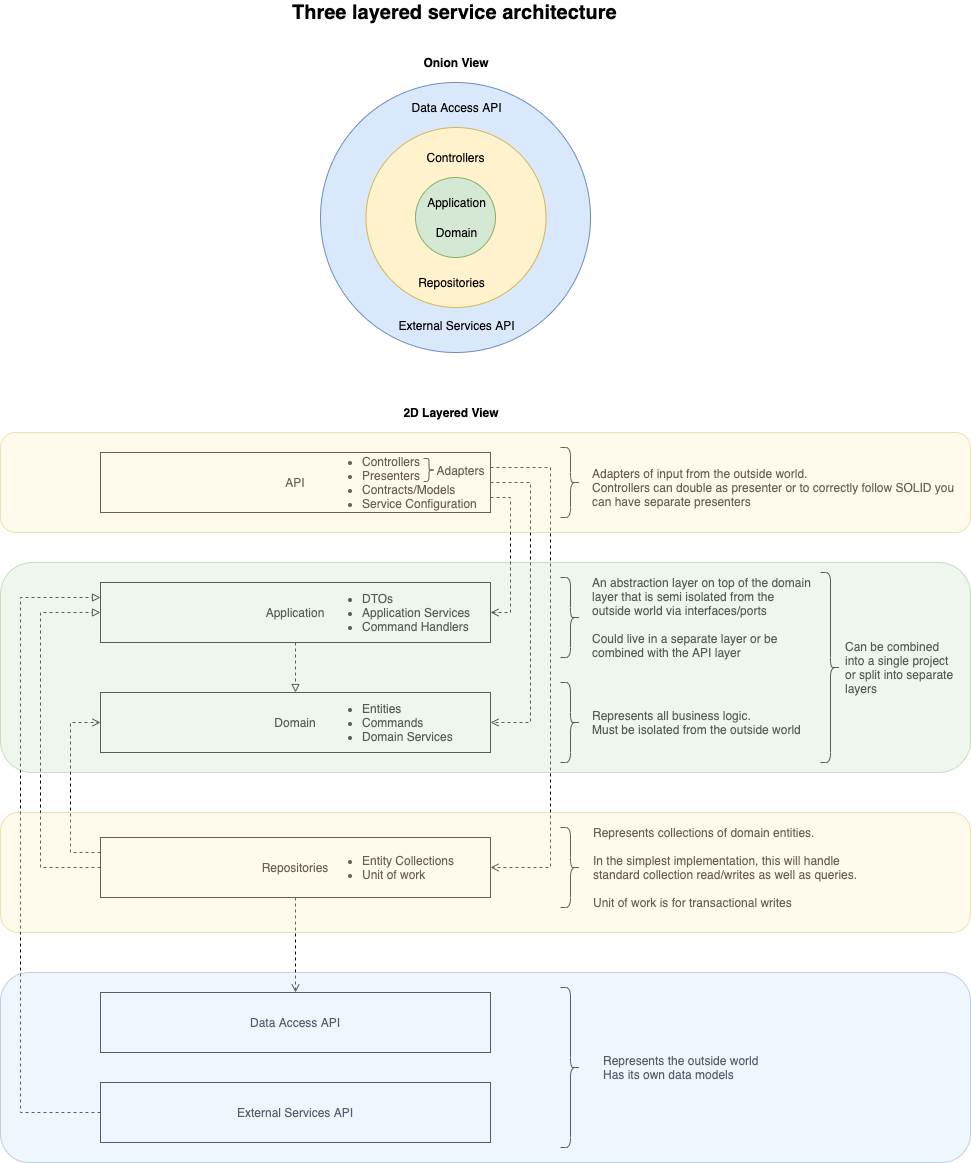
This is documentation/Three-layer-service-architecture.png from kerryconvery/game-stream-search-public, a draw.io export, as it was before one commit. Source tidied: cells renumbered, new cells last; positions are measured from the earlier drawing's top-left corner, leaving out a move shared by most shapes.
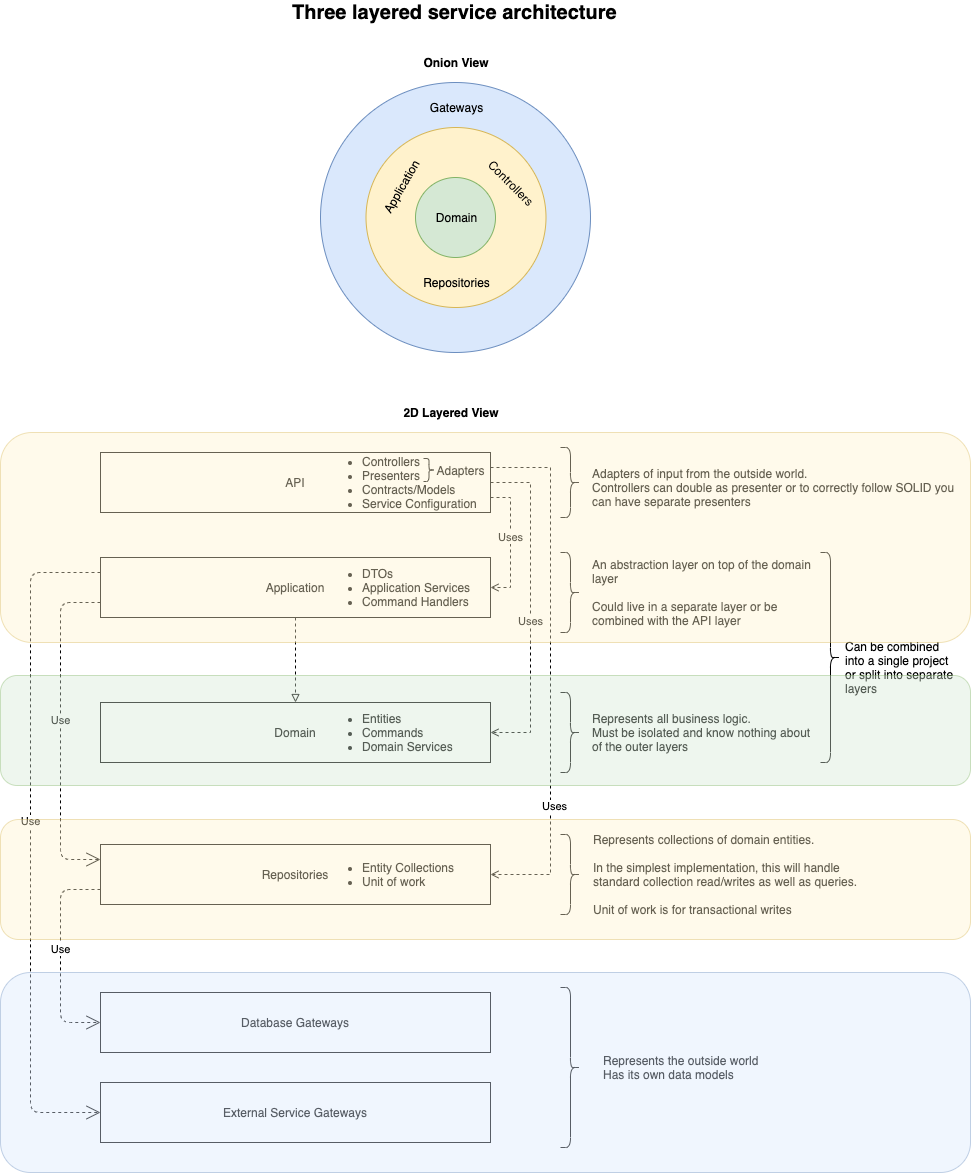
Later version of the same file.

Diff of the diagram source:
```diff
@@ -18,95 +18,89 @@
       <mxGeometry relative="1" as="geometry" />
     </mxCell>
     <mxCell id="7" value="Application" style="rounded=0;whiteSpace=wrap;html=1;" parent="1" vertex="1">
-      <mxGeometry x="100" y="580" width="390" height="60" as="geometry" />
+      <mxGeometry x="100" y="555" width="390" height="60" as="geometry" />
     </mxCell>
-    <mxCell id="8" style="edgeStyle=orthogonalEdgeStyle;rounded=0;jettySize=auto;html=1;entryX=0;entryY=0.5;entryDx=0;entryDy=0;dashed=1;endArrow=block;endFill=0;" parent="1" edge="1" source="11" target="7">
-      <mxGeometry relative="1" as="geometry">
-        <Array as="points">
-          <mxPoint x="40" y="865" />
-          <mxPoint x="40" y="610" />
-        </Array>
-      </mxGeometry>
-    </mxCell>
-    <mxCell id="9" style="edgeStyle=orthogonalEdgeStyle;rounded=0;jettySize=auto;html=1;entryX=0;entryY=0.5;entryDx=0;entryDy=0;exitX=0;exitY=0.25;exitDx=0;exitDy=0;dashed=1;endArrow=open;endFill=0;" parent="1" edge="1" source="11" target="18">
-      <mxGeometry relative="1" as="geometry">
-        <Array as="points">
-          <mxPoint x="70" y="850" />
-          <mxPoint x="70" y="720" />
-        </Array>
-      </mxGeometry>
-    </mxCell>
-    <mxCell id="10" style="edgeStyle=orthogonalEdgeStyle;rounded=0;jettySize=auto;html=1;exitX=0.5;exitY=1;exitDx=0;exitDy=0;fontSize=20;entryX=0.5;entryY=0;entryDx=0;entryDy=0;dashed=1;endArrow=open;endFill=0;" parent="1" edge="1" source="11" target="42">
-      <mxGeometry relative="1" as="geometry" />
-    </mxCell>
     <mxCell id="11" value="Repositories" style="rounded=0;whiteSpace=wrap;html=1;" parent="1" vertex="1">
-      <mxGeometry x="100" y="835" width="390" height="60" as="geometry" />
+      <mxGeometry x="100" y="842" width="390" height="60" as="geometry" />
     </mxCell>
     <mxCell id="12" value="&lt;ul&gt;&lt;li&gt;DTOs&lt;/li&gt;&lt;li&gt;Application Services&lt;/li&gt;&lt;li&gt;Command Handlers&lt;/li&gt;&lt;/ul&gt;" style="text;html=1;strokeColor=none;fillColor=none;align=left;verticalAlign=middle;whiteSpace=wrap;rounded=0;" parent="1" vertex="1">
-      <mxGeometry x="320" y="580" width="170" height="60" as="geometry" />
+      <mxGeometry x="320" y="555" width="170" height="60" as="geometry" />
     </mxCell>
     <mxCell id="13" style="edgeStyle=orthogonalEdgeStyle;rounded=0;jettySize=auto;html=1;exitX=1;exitY=0.75;exitDx=0;exitDy=0;entryX=1;entryY=0.5;entryDx=0;entryDy=0;dashed=1;endArrow=open;endFill=0;" parent="1" edge="1" source="16" target="12">
       <mxGeometry relative="1" as="geometry">
         <Array as="points">
           <mxPoint x="510" y="495" />
-          <mxPoint x="510" y="610" />
+          <mxPoint x="510" y="585" />
         </Array>
       </mxGeometry>
     </mxCell>
+    <mxCell id="50" value="Uses" style="edgeLabel;html=1;align=center;verticalAlign=middle;" parent="13" vertex="1">
+      <mxGeometry x="-0.1" y="-1" relative="1" as="geometry" />
+    </mxCell>
     <mxCell id="14" style="edgeStyle=orthogonalEdgeStyle;rounded=0;jettySize=auto;html=1;exitX=1;exitY=0.5;exitDx=0;exitDy=0;entryX=1;entryY=0.5;entryDx=0;entryDy=0;dashed=1;endArrow=open;endFill=0;" parent="1" edge="1" source="16" target="19">
       <mxGeometry relative="1" as="geometry">
         <Array as="points">
           <mxPoint x="530" y="480" />
-          <mxPoint x="530" y="720" />
+          <mxPoint x="530" y="730" />
         </Array>
       </mxGeometry>
     </mxCell>
+    <mxCell id="51" value="Uses" style="edgeLabel;html=1;align=center;verticalAlign=middle;" parent="14" vertex="1">
+      <mxGeometry x="-0.35" y="-1" relative="1" as="geometry">
+        <mxPoint y="71" as="offset" />
+      </mxGeometry>
+    </mxCell>
     <mxCell id="15" style="edgeStyle=orthogonalEdgeStyle;rounded=0;jettySize=auto;html=1;entryX=1;entryY=0.5;entryDx=0;entryDy=0;exitX=1;exitY=0.25;exitDx=0;exitDy=0;dashed=1;endArrow=open;endFill=0;" parent="1" edge="1" source="16" target="17">
       <mxGeometry relative="1" as="geometry">
         <Array as="points">
           <mxPoint x="550" y="465" />
-          <mxPoint x="550" y="865" />
+          <mxPoint x="550" y="872" />
         </Array>
       </mxGeometry>
     </mxCell>
+    <mxCell id="52" value="Uses" style="edgeLabel;html=1;align=center;verticalAlign=middle;" parent="15" vertex="1">
+      <mxGeometry x="0.47" y="3" relative="1" as="geometry">
+        <mxPoint y="10" as="offset" />
+      </mxGeometry>
+    </mxCell>
     <mxCell id="16" value="&lt;ul&gt;&lt;li&gt;Controllers&lt;/li&gt;&lt;li&gt;Presenters&lt;/li&gt;&lt;li&gt;Contracts/Models&lt;/li&gt;&lt;li&gt;Service Configuration&lt;/li&gt;&lt;/ul&gt;" style="text;html=1;strokeColor=none;fillColor=none;align=left;verticalAlign=middle;whiteSpace=wrap;rounded=0;" parent="1" vertex="1">
       <mxGeometry x="320" y="450" width="170" height="60" as="geometry" />
     </mxCell>
     <mxCell id="17" value="&lt;ul&gt;&lt;li&gt;Entity Collections&lt;/li&gt;&lt;li&gt;Unit of work&lt;/li&gt;&lt;/ul&gt;" style="text;html=1;strokeColor=none;fillColor=none;align=left;verticalAlign=middle;whiteSpace=wrap;rounded=0;" parent="1" vertex="1">
-      <mxGeometry x="320" y="835" width="170" height="60" as="geometry" />
+      <mxGeometry x="320" y="842" width="170" height="60" as="geometry" />
     </mxCell>
     <mxCell id="18" value="Domain" style="rounded=0;whiteSpace=wrap;html=1;" parent="1" vertex="1">
-      <mxGeometry x="100" y="690" width="390" height="60" as="geometry" />
+      <mxGeometry x="100" y="700" width="390" height="60" as="geometry" />
     </mxCell>
     <mxCell id="19" value="&lt;ul&gt;&lt;li&gt;Entities&lt;/li&gt;&lt;li&gt;Commands&lt;/li&gt;&lt;li&gt;Domain Services&lt;/li&gt;&lt;/ul&gt;" style="text;html=1;strokeColor=none;fillColor=none;align=left;verticalAlign=middle;whiteSpace=wrap;rounded=0;" parent="1" vertex="1">
-      <mxGeometry x="320" y="690" width="170" height="60" as="geometry" />
+      <mxGeometry x="320" y="700" width="170" height="60" as="geometry" />
     </mxCell>
     <mxCell id="20" value="Three layered service architecture" style="text;html=1;strokeColor=none;fillColor=none;align=left;verticalAlign=middle;whiteSpace=wrap;rounded=0;fontStyle=1;fontSize=20;" parent="1" vertex="1">
       <mxGeometry x="290" width="340" height="20" as="geometry" />
     </mxCell>
     <mxCell id="21" style="shape=curlyBracket;whiteSpace=wrap;html=1;rounded=1;align=left;rotation=-180;" parent="1" vertex="1">
-      <mxGeometry x="820" y="570" width="20" height="190" as="geometry" />
+      <mxGeometry x="820" y="550" width="20" height="210" as="geometry" />
     </mxCell>
     <mxCell id="22" value="Can be combined&lt;br&gt;into a single project&lt;br&gt;or split into separate&lt;br&gt;layers" style="text;html=1;align=left;verticalAlign=middle;fillColor=none;strokeColor=none;rounded=0;" parent="1" vertex="1">
       <mxGeometry x="843" y="635" width="120" height="60" as="geometry" />
     </mxCell>
     <mxCell id="23" style="shape=curlyBracket;whiteSpace=wrap;html=1;rounded=1;align=left;rotation=-180;" parent="1" vertex="1">
-      <mxGeometry x="560" y="680" width="20" height="80" as="geometry" />
+      <mxGeometry x="560" y="690" width="20" height="80" as="geometry" />
     </mxCell>
-    <mxCell id="24" value="Represents all business logic.&lt;br&gt;Must be isolated from the outside world" style="text;html=1;align=left;verticalAlign=middle;fillColor=none;strokeColor=none;rounded=0;" parent="1" vertex="1">
-      <mxGeometry x="590" y="705" width="220" height="30" as="geometry" />
+    <mxCell id="24" value="Represents all business logic.&lt;br&gt;Must be isolated and know nothing about&lt;br&gt;of the outer layers" style="text;html=1;align=left;verticalAlign=middle;fillColor=none;strokeColor=none;rounded=0;" parent="1" vertex="1">
+      <mxGeometry x="590" y="705" width="230" height="50" as="geometry" />
     </mxCell>
     <mxCell id="25" style="shape=curlyBracket;whiteSpace=wrap;html=1;rounded=1;align=left;rotation=-180;size=0.5;" parent="1" vertex="1">
-      <mxGeometry x="560" y="825" width="20" height="80" as="geometry" />
+      <mxGeometry x="560" y="832" width="20" height="80" as="geometry" />
     </mxCell>
     <mxCell id="26" value="Represents collections of domain entities.&lt;br&gt;&lt;br&gt;In the simplest implementation, this will handle&lt;br&gt;standard collection read/writes as well as queries.&lt;br&gt;&lt;br&gt;Unit of work is for transactional writes" style="text;html=1;align=left;verticalAlign=middle;fillColor=none;strokeColor=none;rounded=0;" parent="1" vertex="1">
-      <mxGeometry x="591" y="820" width="280" height="90" as="geometry" />
+      <mxGeometry x="591" y="827" width="280" height="90" as="geometry" />
     </mxCell>
     <mxCell id="27" style="shape=curlyBracket;whiteSpace=wrap;html=1;rounded=1;align=left;rotation=-180;" parent="1" vertex="1">
-      <mxGeometry x="560" y="575" width="20" height="80" as="geometry" />
+      <mxGeometry x="560" y="550" width="20" height="80" as="geometry" />
     </mxCell>
-    <mxCell id="28" value="An abstraction layer on top of the domain&lt;br&gt;layer that is semi isolated from the&lt;br&gt;outside world via interfaces/ports&lt;br&gt;&lt;br&gt;Could live in a separate layer or be&lt;br&gt;combined with the API layer" style="text;html=1;align=left;verticalAlign=middle;fillColor=none;strokeColor=none;rounded=0;" parent="1" vertex="1">
-      <mxGeometry x="590" y="570" width="230" height="90" as="geometry" />
+    <mxCell id="28" value="An abstraction layer on top of the domain&lt;br&gt;layer&lt;br&gt;&lt;br&gt;Could live in a separate layer or be&lt;br&gt;combined with the API layer" style="text;html=1;align=left;verticalAlign=middle;fillColor=none;strokeColor=none;rounded=0;" parent="1" vertex="1">
+      <mxGeometry x="590" y="550" width="230" height="80" as="geometry" />
     </mxCell>
     <mxCell id="29" style="shape=curlyBracket;whiteSpace=wrap;html=1;rounded=1;align=left;rotation=-180;" parent="1" vertex="1">
       <mxGeometry x="560" y="445" width="20" height="70" as="geometry" />
@@ -123,58 +117,72 @@
     <mxCell id="33" style="ellipse;whiteSpace=wrap;html=1;glass=0;align=center;fillColor=#d5e8d4;strokeColor=#82b366;" parent="1" vertex="1">
       <mxGeometry x="415" y="175" width="80" height="80" as="geometry" />
     </mxCell>
-    <mxCell id="34" value="Application" style="text;html=1;align=center;verticalAlign=middle;fillColor=none;strokeColor=none;rounded=0;glass=0;opacity=50;" parent="1" vertex="1">
-      <mxGeometry x="420.5" y="190" width="70" height="20" as="geometry" />
+    <mxCell id="34" value="Application" style="text;html=1;align=center;verticalAlign=middle;fillColor=none;strokeColor=none;rounded=0;glass=0;opacity=50;rotation=-60;" parent="1" vertex="1">
+      <mxGeometry x="365.5" y="175" width="70" height="20" as="geometry" />
     </mxCell>
-    <mxCell id="35" value="Controllers" style="text;html=1;align=center;verticalAlign=middle;fillColor=none;strokeColor=none;rounded=0;glass=0;opacity=50;" parent="1" vertex="1">
-      <mxGeometry x="420" y="145" width="70" height="20" as="geometry" />
+    <mxCell id="35" value="Controllers" style="text;html=1;align=center;verticalAlign=middle;fillColor=none;strokeColor=none;rounded=0;glass=0;opacity=50;rotation=45;" parent="1" vertex="1">
+      <mxGeometry x="475.5" y="170" width="70" height="20" as="geometry" />
     </mxCell>
     <mxCell id="36" value="Repositories" style="text;html=1;align=center;verticalAlign=middle;fillColor=none;strokeColor=none;rounded=0;glass=0;opacity=50;" parent="1" vertex="1">
-      <mxGeometry x="410.5" y="270" width="80" height="20" as="geometry" />
+      <mxGeometry x="415.5" y="270" width="80" height="20" as="geometry" />
     </mxCell>
-    <mxCell id="37" value="Data Access API" style="text;html=1;align=center;verticalAlign=middle;fillColor=none;strokeColor=none;rounded=0;glass=0;opacity=50;" parent="1" vertex="1">
-      <mxGeometry x="405.5" y="95" width="100" height="20" as="geometry" />
+    <mxCell id="37" value="Gateways" style="text;html=1;align=center;verticalAlign=middle;fillColor=none;strokeColor=none;rounded=0;glass=0;opacity=50;" parent="1" vertex="1">
+      <mxGeometry x="420.5" y="95" width="70" height="20" as="geometry" />
     </mxCell>
     <mxCell id="38" value="Domain" style="text;html=1;align=center;verticalAlign=middle;fillColor=none;strokeColor=none;rounded=0;glass=0;opacity=50;" parent="1" vertex="1">
-      <mxGeometry x="425.5" y="220" width="60" height="20" as="geometry" />
+      <mxGeometry x="425.5" y="205" width="60" height="20" as="geometry" />
     </mxCell>
-    <mxCell id="39" value="External Services API" style="text;html=1;align=center;verticalAlign=middle;fillColor=none;strokeColor=none;rounded=0;glass=0;opacity=50;" parent="1" vertex="1">
-      <mxGeometry x="390.5" y="313" width="130" height="20" as="geometry" />
-    </mxCell>
     <mxCell id="40" value="Onion View" style="text;html=1;strokeColor=none;fillColor=none;align=center;verticalAlign=middle;whiteSpace=wrap;rounded=0;fontStyle=1;" parent="1" vertex="1">
       <mxGeometry x="355.5" y="50" width="200" height="20" as="geometry" />
     </mxCell>
     <mxCell id="41" value="2D Layered View" style="text;html=1;strokeColor=none;fillColor=none;align=center;verticalAlign=middle;whiteSpace=wrap;rounded=0;fontStyle=1;" parent="1" vertex="1">
       <mxGeometry x="350.5" y="400" width="200" height="20" as="geometry" />
     </mxCell>
-    <mxCell id="42" value="Data Access API" style="rounded=0;whiteSpace=wrap;html=1;" parent="1" vertex="1">
+    <mxCell id="42" value="Database Gateways" style="rounded=0;whiteSpace=wrap;html=1;" parent="1" vertex="1">
       <mxGeometry x="100" y="990" width="390" height="60" as="geometry" />
     </mxCell>
-    <mxCell id="43" style="edgeStyle=orthogonalEdgeStyle;rounded=0;jettySize=auto;html=1;fontSize=20;entryX=0;entryY=0.25;entryDx=0;entryDy=0;dashed=1;endArrow=block;endFill=0;" parent="1" edge="1" source="44" target="7">
-      <mxGeometry relative="1" as="geometry">
-        <Array as="points">
-          <mxPoint x="20" y="1110" />
-          <mxPoint x="20" y="595" />
-        </Array>
-      </mxGeometry>
-    </mxCell>
-    <mxCell id="44" value="External Services API" style="rounded=0;whiteSpace=wrap;html=1;" parent="1" vertex="1">
-      <mxGeometry x="100" y="1080" width="390" height="60" as="geometry" />
-    </mxCell>
     <mxCell id="45" style="shape=curlyBracket;whiteSpace=wrap;html=1;rounded=1;align=left;rotation=-180;" parent="1" vertex="1">
       <mxGeometry x="560" y="985" width="20" height="160" as="geometry" />
     </mxCell>
+    <mxCell id="53" value="Use" style="endArrow=open;endSize=12;dashed=1;html=1;exitX=0;exitY=0.75;exitDx=0;exitDy=0;entryX=0;entryY=0.25;entryDx=0;entryDy=0;" parent="1" edge="1" source="7" target="11">
+      <mxGeometry x="-0.06" relative="1" as="geometry">
+        <Array as="points">
+          <mxPoint x="60" y="600" />
+          <mxPoint x="60" y="857" />
+        </Array>
+      </mxGeometry>
+    </mxCell>
+    <mxCell id="10" value="Use" style="endArrow=open;endSize=12;dashed=1;html=1;exitX=0;exitY=0.75;exitDx=0;exitDy=0;entryX=0;entryY=0.5;entryDx=0;entryDy=0;" parent="1" edge="1" source="11" target="42">
+      <mxGeometry x="-0.06" relative="1" as="geometry">
+        <Array as="points">
+          <mxPoint x="60" y="887" />
+          <mxPoint x="60" y="1020" />
+        </Array>
+      </mxGeometry>
+    </mxCell>
+    <mxCell id="54" value="Use" style="endArrow=open;endSize=12;dashed=1;html=1;exitX=0;exitY=0.25;exitDx=0;exitDy=0;entryX=0;entryY=0.5;entryDx=0;entryDy=0;" parent="1" edge="1" source="7" target="55">
+      <mxGeometry x="-0.06" relative="1" as="geometry">
+        <Array as="points">
+          <mxPoint x="30" y="570" />
+          <mxPoint x="30" y="890" />
+          <mxPoint x="30" y="1110" />
+        </Array>
+      </mxGeometry>
+    </mxCell>
+    <mxCell id="55" value="External Service Gateways" style="rounded=0;whiteSpace=wrap;html=1;" parent="1" vertex="1">
+      <mxGeometry x="100" y="1080" width="390" height="60" as="geometry" />
+    </mxCell>
+    <mxCell id="48" style="rounded=1;whiteSpace=wrap;html=1;align=left;fillColor=#fff2cc;strokeColor=#d6b656;glass=0;opacity=40;" parent="1" vertex="1">
+      <mxGeometry y="817" width="970" height="120" as="geometry" />
+    </mxCell>
     <mxCell id="46" style="rounded=1;whiteSpace=wrap;html=1;align=left;fillColor=#dae8fc;strokeColor=#6c8ebf;glass=0;opacity=40;" parent="1" vertex="1">
-      <mxGeometry y="970" width="970" height="190" as="geometry" />
+      <mxGeometry y="970" width="970" height="200" as="geometry" />
     </mxCell>
     <mxCell id="47" style="rounded=1;whiteSpace=wrap;html=1;align=left;fillColor=#fff2cc;strokeColor=#d6b656;glass=0;opacity=40;" parent="1" vertex="1">
-      <mxGeometry y="430" width="970" height="100" as="geometry" />
+      <mxGeometry y="430" width="970" height="210" as="geometry" />
     </mxCell>
-    <mxCell id="48" style="rounded=1;whiteSpace=wrap;html=1;align=left;fillColor=#fff2cc;strokeColor=#d6b656;glass=0;opacity=40;" parent="1" vertex="1">
-      <mxGeometry y="810" width="970" height="120" as="geometry" />
-    </mxCell>
     <mxCell id="49" style="rounded=1;whiteSpace=wrap;html=1;align=left;fillColor=#d5e8d4;strokeColor=#82b366;glass=0;opacity=40;" parent="1" vertex="1">
-      <mxGeometry y="560" width="970" height="210" as="geometry" />
+      <mxGeometry y="673" width="970" height="110" as="geometry" />
     </mxCell>
   </root>
 </mxGraphModel>
```
